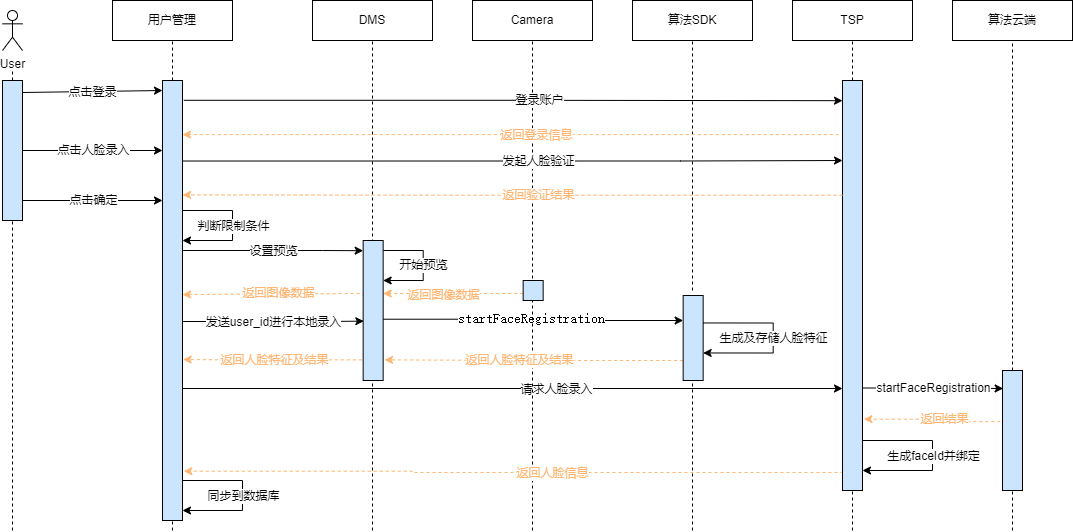
This is x9hp/人脸录入时序图.png from notigit/Image, a draw.io export, as it was before one commit. Source tidied: cells renumbered, new cells last; positions are measured from the earlier drawing's top-left corner, leaving out a move shared by most shapes.
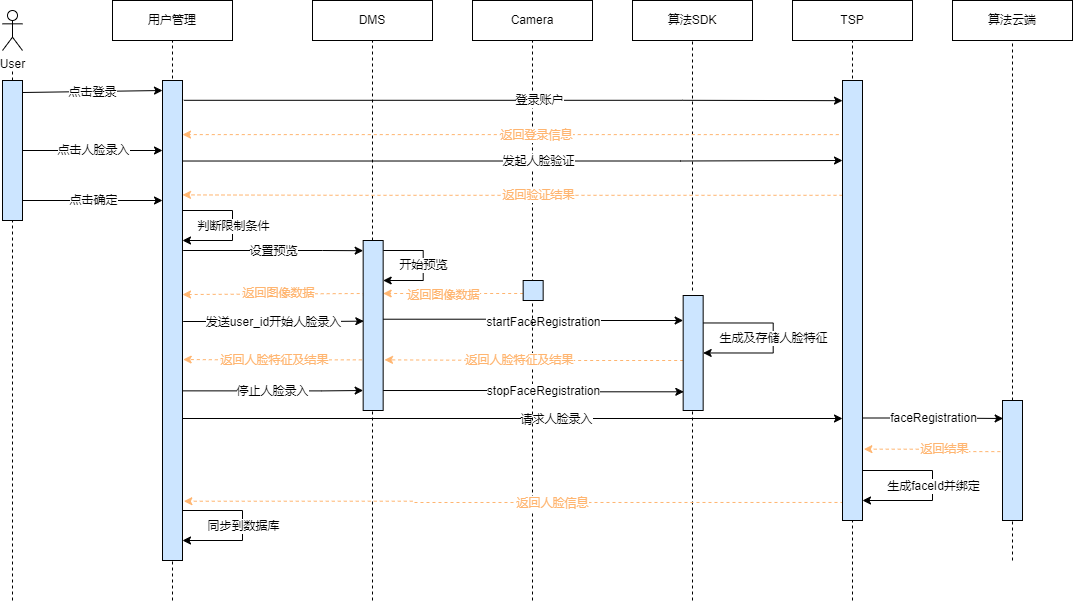
The same file after the commit.

Commit message:
更新人脸录入时序图.png

Diff of the diagram source:
```diff
@@ -19,7 +19,7 @@
     </mxCell>
     <mxCell id="6" style="endArrow=none;dashed=1;html=1;rounded=0;startArrow=none;entryX=0.5;entryY=1;entryDx=0;entryDy=0;" parent="1" edge="1" target="2">
       <mxGeometry relative="1" as="geometry">
-        <mxPoint x="170" y="530" as="sourcePoint" />
+        <mxPoint x="170" y="600" as="sourcePoint" />
       </mxGeometry>
     </mxCell>
     <mxCell id="7" style="edgeStyle=orthogonalEdgeStyle;rounded=0;orthogonalLoop=1;jettySize=auto;html=1;entryX=0.033;entryY=0.629;entryDx=0;entryDy=0;entryPerimeter=0;fontColor=#FFB570;strokeColor=#000000;" parent="1" edge="1">
@@ -32,14 +32,15 @@
         </Array>
       </mxGeometry>
     </mxCell>
-    <mxCell id="8" value="发送user_id进行本地录入" style="edgeLabel;html=1;align=center;verticalAlign=middle;fontColor=#000000;" parent="7" vertex="1">
+    <mxCell id="8" value="发送user_id开始人脸录入" style="edgeLabel;html=1;align=center;verticalAlign=middle;fontColor=#000000;" parent="7" vertex="1">
       <mxGeometry x="-0.09" relative="1" as="geometry">
         <mxPoint x="8" as="offset" />
       </mxGeometry>
     </mxCell>
-    <mxCell id="9" style="edgeStyle=orthogonalEdgeStyle;rounded=0;jettySize=auto;html=1;fontColor=#000000;strokeColor=#000000;exitX=1;exitY=0.7;exitDx=0;exitDy=0;exitPerimeter=0;" parent="1" edge="1" source="59">
+    <mxCell id="9" style="edgeStyle=orthogonalEdgeStyle;rounded=0;orthogonalLoop=1;jettySize=auto;html=1;fontColor=#000000;strokeColor=#000000;exitX=1;exitY=0.7;exitDx=0;exitDy=0;exitPerimeter=0;" parent="1" edge="1">
       <mxGeometry relative="1" as="geometry">
-        <mxPoint x="840" y="388" as="targetPoint" />
+        <mxPoint x="180" y="418" as="sourcePoint" />
+        <mxPoint x="840" y="418" as="targetPoint" />
       </mxGeometry>
     </mxCell>
     <mxCell id="10" value="请求人脸录入" style="edgeLabel;html=1;align=center;verticalAlign=middle;fontColor=#000000;" parent="9" vertex="1">
@@ -49,13 +50,15 @@
     </mxCell>
     <mxCell id="11" style="endArrow=none;dashed=1;html=1;rounded=0;startArrow=none;entryX=0.5;entryY=1;entryDx=0;entryDy=0;" parent="1" edge="1" target="3">
       <mxGeometry relative="1" as="geometry">
-        <mxPoint x="850" y="530" as="sourcePoint" />
+        <mxPoint x="850" y="600" as="sourcePoint" />
       </mxGeometry>
     </mxCell>
-    <mxCell id="12" style="edgeStyle=orthogonalEdgeStyle;rounded=0;jettySize=auto;html=1;entryX=0.033;entryY=0.15;entryDx=0;entryDy=0;fontColor=#000000;strokeColor=#000000;entryPerimeter=0;exitX=1;exitY=0.75;exitDx=0;exitDy=0;" parent="1" edge="1" source="45" target="36">
-      <mxGeometry relative="1" as="geometry" />
+    <mxCell id="12" style="edgeStyle=orthogonalEdgeStyle;rounded=0;jettySize=auto;html=1;entryX=0.033;entryY=0.15;entryDx=0;entryDy=0;fontColor=#000000;strokeColor=#000000;entryPerimeter=0;exitX=1;exitY=0.75;exitDx=0;exitDy=0;" parent="1" edge="1" target="36">
+      <mxGeometry relative="1" as="geometry">
+        <mxPoint x="860" y="417.5" as="sourcePoint" />
+      </mxGeometry>
     </mxCell>
-    <mxCell id="13" value="startFaceRegistration" style="edgeLabel;html=1;align=center;verticalAlign=middle;fontColor=#000000;" parent="12" vertex="1">
+    <mxCell id="13" value="faceRegistration" style="edgeLabel;html=1;align=center;verticalAlign=middle;fontColor=#000000;" parent="12" vertex="1">
       <mxGeometry x="-0.29" y="3" relative="1" as="geometry">
         <mxPoint x="20" y="3" as="offset" />
       </mxGeometry>
@@ -65,7 +68,7 @@
     </mxCell>
     <mxCell id="15" style="endArrow=none;dashed=1;html=1;rounded=0;startArrow=none;entryX=0.5;entryY=1;entryDx=0;entryDy=0;" parent="1" edge="1" target="14">
       <mxGeometry relative="1" as="geometry">
-        <mxPoint x="370" y="530" as="sourcePoint" />
+        <mxPoint x="370" y="600" as="sourcePoint" />
       </mxGeometry>
     </mxCell>
     <mxCell id="16" style="edgeStyle=orthogonalEdgeStyle;rounded=0;orthogonalLoop=1;jettySize=auto;html=1;exitX=0.01;exitY=0.408;exitDx=0;exitDy=0;dashed=1;fontColor=#FFB570;strokeColor=#FFB570;exitPerimeter=0;entryX=0.967;entryY=0.441;entryDx=0;entryDy=0;entryPerimeter=0;" parent="1" edge="1">
@@ -92,17 +95,20 @@
         </Array>
       </mxGeometry>
     </mxCell>
-    <mxCell id="19" value="&lt;pre style=&quot;font-size: 10.5pt&quot;&gt;&lt;font style=&quot;background-color: rgb(255 , 255 , 255)&quot;&gt;startFaceRegistration&lt;/font&gt;&lt;/pre&gt;" style="edgeLabel;html=1;align=center;verticalAlign=middle;fontColor=#000000;" parent="18" vertex="1">
+    <mxCell id="19" value="&lt;pre style=&quot;font-size: 10.5pt&quot;&gt;&lt;br&gt;&lt;/pre&gt;" style="edgeLabel;html=1;align=center;verticalAlign=middle;fontColor=#000000;" parent="18" vertex="1">
       <mxGeometry x="-0.14" y="1" relative="1" as="geometry">
         <mxPoint x="19" as="offset" />
       </mxGeometry>
     </mxCell>
+    <mxCell id="75" value="startFaceRegistration" style="edgeLabel;html=1;align=center;verticalAlign=middle;fontColor=#000000;" parent="18" vertex="1">
+      <mxGeometry x="0.07" y="-1" relative="1" as="geometry" />
+    </mxCell>
     <mxCell id="20" value="Camera" style="rounded=0;whiteSpace=wrap;html=1;" parent="1" vertex="1">
       <mxGeometry x="470" width="120" height="40" as="geometry" />
     </mxCell>
     <mxCell id="21" style="endArrow=none;dashed=1;html=1;rounded=0;startArrow=none;entryX=0.5;entryY=1;entryDx=0;entryDy=0;" parent="1" edge="1" target="20">
       <mxGeometry relative="1" as="geometry">
-        <mxPoint x="530" y="530" as="sourcePoint" />
+        <mxPoint x="530" y="600" as="sourcePoint" />
       </mxGeometry>
     </mxCell>
     <mxCell id="22" style="edgeStyle=orthogonalEdgeStyle;rounded=0;orthogonalLoop=1;jettySize=auto;html=1;dashed=1;strokeColor=#FFB570;" parent="1" edge="1">
@@ -165,8 +171,8 @@
     </mxCell>
     <mxCell id="33" style="endArrow=none;dashed=1;html=1;rounded=0;startArrow=none;entryX=0.5;entryY=1;entryDx=0;entryDy=0;" parent="1" edge="1">
       <mxGeometry relative="1" as="geometry">
-        <mxPoint x="690" y="530" as="sourcePoint" />
-        <mxPoint x="690" y="370" as="targetPoint" />
+        <mxPoint x="690" y="600" as="sourcePoint" />
+        <mxPoint x="690" y="400" as="targetPoint" />
       </mxGeometry>
     </mxCell>
     <mxCell id="34" style="edgeStyle=orthogonalEdgeStyle;rounded=0;orthogonalLoop=1;jettySize=auto;html=1;exitX=-0.067;exitY=0.871;exitDx=0;exitDy=0;fontColor=#000000;strokeColor=#FFB570;dashed=1;exitPerimeter=0;" parent="1" edge="1">
@@ -185,26 +191,30 @@
       </mxGeometry>
     </mxCell>
     <mxCell id="36" style="rounded=0;whiteSpace=wrap;html=1;fillColor=#CCE5FF;" parent="1" vertex="1">
-      <mxGeometry x="1000" y="370" width="20" height="120" as="geometry" />
+      <mxGeometry x="1000" y="400" width="20" height="120" as="geometry" />
     </mxCell>
     <mxCell id="37" style="endArrow=none;dashed=1;html=1;rounded=0;startArrow=none;entryX=0.5;entryY=1;entryDx=0;entryDy=0;" parent="1" edge="1" target="36">
       <mxGeometry relative="1" as="geometry">
-        <mxPoint x="1010" y="530" as="sourcePoint" />
+        <mxPoint x="1010" y="560" as="sourcePoint" />
       </mxGeometry>
     </mxCell>
-    <mxCell id="38" style="edgeStyle=orthogonalEdgeStyle;rounded=0;jettySize=auto;html=1;exitX=-0.108;exitY=0.426;exitDx=0;exitDy=0;fontColor=#000000;strokeColor=#FFB570;dashed=1;exitPerimeter=0;entryX=1.069;entryY=0.826;entryDx=0;entryDy=0;entryPerimeter=0;" parent="1" edge="1" source="36" target="45">
-      <mxGeometry relative="1" as="geometry" />
+    <mxCell id="38" style="edgeStyle=orthogonalEdgeStyle;rounded=0;jettySize=auto;html=1;exitX=-0.108;exitY=0.426;exitDx=0;exitDy=0;fontColor=#000000;strokeColor=#FFB570;dashed=1;exitPerimeter=0;entryX=1.069;entryY=0.826;entryDx=0;entryDy=0;entryPerimeter=0;" parent="1" edge="1" source="36">
+      <mxGeometry relative="1" as="geometry">
+        <mxPoint x="861.4" y="448.7" as="targetPoint" />
+      </mxGeometry>
     </mxCell>
     <mxCell id="39" value="返回结果" style="edgeLabel;html=1;align=center;verticalAlign=middle;fontColor=#FFB570;" parent="38" vertex="1">
       <mxGeometry x="0.1" relative="1" as="geometry">
         <mxPoint x="17" as="offset" />
       </mxGeometry>
     </mxCell>
-    <mxCell id="40" style="edgeStyle=orthogonalEdgeStyle;rounded=0;jettySize=auto;html=1;fontSize=11;dashed=1;fillColor=#FFF2CC;strokeColor=#FFB570;entryX=1.067;entryY=0.888;entryDx=0;entryDy=0;exitX=0.049;exitY=0.956;exitDx=0;exitDy=0;exitPerimeter=0;entryPerimeter=0;" parent="1" edge="1" source="45" target="59">
+    <mxCell id="40" style="edgeStyle=orthogonalEdgeStyle;rounded=0;orthogonalLoop=1;jettySize=auto;html=1;fontSize=11;dashed=1;fillColor=#FFF2CC;strokeColor=#FFB570;entryX=1.067;entryY=0.888;entryDx=0;entryDy=0;exitX=0.049;exitY=0.956;exitDx=0;exitDy=0;exitPerimeter=0;entryPerimeter=0;" parent="1" edge="1">
       <mxGeometry relative="1" as="geometry">
+        <mxPoint x="841" y="502" as="sourcePoint" />
+        <mxPoint x="181.3" y="500.7" as="targetPoint" />
         <Array as="points">
-          <mxPoint x="410" y="472" />
-          <mxPoint x="410" y="471" />
+          <mxPoint x="410" y="502" />
+          <mxPoint x="410" y="501" />
         </Array>
       </mxGeometry>
     </mxCell>
@@ -230,15 +240,14 @@
     </mxCell>
     <mxCell id="44" style="endArrow=none;dashed=1;html=1;rounded=0;" parent="1" edge="1">
       <mxGeometry relative="1" as="geometry">
-        <mxPoint x="10" y="530" as="sourcePoint" />
+        <mxPoint x="10" y="600" as="sourcePoint" />
         <mxPoint x="10" y="120" as="targetPoint" />
       </mxGeometry>
     </mxCell>
-    <mxCell id="45" style="rounded=0;whiteSpace=wrap;html=1;fillColor=#CCE5FF;" parent="1" vertex="1">
-      <mxGeometry x="840" y="80" width="20" height="410" as="geometry" />
-    </mxCell>
-    <mxCell id="46" style="edgeStyle=orthogonalEdgeStyle;rounded=0;jettySize=auto;html=1;exitX=-0.186;exitY=0.132;exitDx=0;exitDy=0;fontColor=#000000;strokeColor=#FFB570;dashed=1;exitPerimeter=0;" parent="1" edge="1" source="45" target="59">
+    <mxCell id="46" style="edgeStyle=orthogonalEdgeStyle;rounded=0;orthogonalLoop=1;jettySize=auto;html=1;exitX=-0.186;exitY=0.132;exitDx=0;exitDy=0;fontColor=#000000;strokeColor=#FFB570;dashed=1;exitPerimeter=0;" parent="1" edge="1">
       <mxGeometry relative="1" as="geometry">
+        <mxPoint x="836.3" y="134.1" as="sourcePoint" />
+        <mxPoint x="180" y="134.1" as="targetPoint" />
         <Array as="points">
           <mxPoint x="470" y="135" />
           <mxPoint x="470" y="135" />
@@ -250,8 +259,9 @@
         <mxPoint x="57" as="offset" />
       </mxGeometry>
     </mxCell>
-    <mxCell id="48" style="edgeStyle=orthogonalEdgeStyle;rounded=0;jettySize=auto;html=1;fontColor=#FFB570;strokeColor=#000000;exitX=0.967;exitY=0.183;exitDx=0;exitDy=0;exitPerimeter=0;" parent="1" edge="1" source="59">
+    <mxCell id="48" style="edgeStyle=orthogonalEdgeStyle;rounded=0;orthogonalLoop=1;jettySize=auto;html=1;fontColor=#FFB570;strokeColor=#000000;exitX=0.967;exitY=0.183;exitDx=0;exitDy=0;exitPerimeter=0;" parent="1" edge="1">
       <mxGeometry relative="1" as="geometry">
+        <mxPoint x="179.3" y="160.5" as="sourcePoint" />
         <mxPoint x="840" y="160" as="targetPoint" />
         <Array as="points">
           <mxPoint x="678" y="161" />
@@ -263,17 +273,29 @@
         <mxPoint x="56" as="offset" />
       </mxGeometry>
     </mxCell>
-    <mxCell id="50" style="edgeStyle=orthogonalEdgeStyle;rounded=0;jettySize=auto;html=1;exitX=0;exitY=0.28;exitDx=0;exitDy=0;fontColor=#000000;strokeColor=#FFB570;dashed=1;entryX=1;entryY=0.26;entryDx=0;entryDy=0;entryPerimeter=0;exitPerimeter=0;" parent="1" edge="1" source="45" target="59">
-      <mxGeometry relative="1" as="geometry" />
+    <mxCell id="50" style="edgeStyle=orthogonalEdgeStyle;rounded=0;orthogonalLoop=1;jettySize=auto;html=1;exitX=0;exitY=0.28;exitDx=0;exitDy=0;fontColor=#000000;strokeColor=#FFB570;dashed=1;entryX=1;entryY=0.26;entryDx=0;entryDy=0;entryPerimeter=0;exitPerimeter=0;" parent="1" edge="1">
+      <mxGeometry relative="1" as="geometry">
+        <mxPoint x="840" y="194.8" as="sourcePoint" />
+        <mxPoint x="180" y="194.4" as="targetPoint" />
+        <Array as="points">
+          <mxPoint x="350" y="194" />
+          <mxPoint x="350" y="194" />
+        </Array>
+      </mxGeometry>
     </mxCell>
     <mxCell id="51" value="返回验证结果" style="edgeLabel;html=1;align=center;verticalAlign=middle;fontColor=#FFB570;" parent="50" vertex="1">
       <mxGeometry x="0.1" relative="1" as="geometry">
         <mxPoint x="57" as="offset" />
       </mxGeometry>
     </mxCell>
-    <mxCell id="52" style="edgeStyle=orthogonalEdgeStyle;rounded=0;jettySize=auto;html=1;fontColor=#FFB570;strokeColor=#000000;entryX=-0.147;entryY=0.197;entryDx=0;entryDy=0;entryPerimeter=0;exitX=1.067;exitY=0.045;exitDx=0;exitDy=0;exitPerimeter=0;" parent="1" edge="1" source="59">
+    <mxCell id="52" style="edgeStyle=orthogonalEdgeStyle;rounded=0;orthogonalLoop=1;jettySize=auto;html=1;fontColor=#FFB570;strokeColor=#000000;entryX=-0.147;entryY=0.197;entryDx=0;entryDy=0;entryPerimeter=0;exitX=1.067;exitY=0.045;exitDx=0;exitDy=0;exitPerimeter=0;" parent="1" edge="1">
       <mxGeometry relative="1" as="geometry">
+        <mxPoint x="181.3" y="99.8" as="sourcePoint" />
         <mxPoint x="840" y="100.2" as="targetPoint" />
+        <Array as="points">
+          <mxPoint x="680" y="100" />
+          <mxPoint x="680" y="100" />
+        </Array>
       </mxGeometry>
     </mxCell>
     <mxCell id="53" value="登录账户" style="edgeLabel;html=1;align=center;verticalAlign=middle;fontColor=#000000;" parent="52" vertex="1">
@@ -281,9 +303,6 @@
         <mxPoint x="56" as="offset" />
       </mxGeometry>
     </mxCell>
-    <mxCell id="54" style="rounded=0;whiteSpace=wrap;html=1;fillColor=#CCE5FF;" parent="1" vertex="1">
-      <mxGeometry x="680.7" y="295" width="20" height="85" as="geometry" />
-    </mxCell>
     <mxCell id="55" style="endArrow=classic;html=1;rounded=0;fontSize=11;edgeStyle=orthogonalEdgeStyle;" parent="1" edge="1">
       <mxGeometry relative="1" as="geometry">
         <mxPoint x="700.7" y="322.5" as="sourcePoint" />
@@ -299,27 +318,24 @@
     </mxCell>
     <mxCell id="57" style="endArrow=classic;html=1;rounded=0;fontSize=11;edgeStyle=orthogonalEdgeStyle;" parent="1" edge="1">
       <mxGeometry relative="1" as="geometry">
-        <mxPoint x="860" y="440" as="sourcePoint" />
-        <mxPoint x="860" y="470" as="targetPoint" />
+        <mxPoint x="860" y="470" as="sourcePoint" />
+        <mxPoint x="860" y="500" as="targetPoint" />
         <Array as="points">
-          <mxPoint x="930" y="440.5" />
           <mxPoint x="930" y="470.5" />
+          <mxPoint x="930" y="500.5" />
         </Array>
       </mxGeometry>
     </mxCell>
     <mxCell id="58" value="生成faceId并绑定" style="edgeLabel;html=1;align=center;verticalAlign=middle;fontSize=11;fillColor=#CCE5FF;" parent="57" vertex="1">
       <mxGeometry relative="1" as="geometry" />
     </mxCell>
-    <mxCell id="59" style="rounded=0;whiteSpace=wrap;html=1;fillColor=#CCE5FF;" parent="1" vertex="1">
-      <mxGeometry x="160" y="80" width="20" height="440" as="geometry" />
-    </mxCell>
     <mxCell id="60" style="endArrow=classic;html=1;rounded=0;fontSize=11;edgeStyle=orthogonalEdgeStyle;" parent="1" edge="1">
       <mxGeometry relative="1" as="geometry">
-        <mxPoint x="180" y="480" as="sourcePoint" />
-        <mxPoint x="180" y="510" as="targetPoint" />
+        <mxPoint x="180" y="510" as="sourcePoint" />
+        <mxPoint x="180" y="540" as="targetPoint" />
         <Array as="points">
-          <mxPoint x="240" y="480" />
           <mxPoint x="240" y="510" />
+          <mxPoint x="240" y="540" />
         </Array>
       </mxGeometry>
     </mxCell>
@@ -390,8 +406,46 @@
     <mxCell id="73" value="判断限制条件" style="edgeLabel;html=1;align=center;verticalAlign=middle;fontSize=11;fillColor=#CCE5FF;" parent="72" vertex="1">
       <mxGeometry relative="1" as="geometry" />
     </mxCell>
-    <mxCell id="74" style="rounded=0;whiteSpace=wrap;html=1;fillColor=#CCE5FF;" parent="1" vertex="1">
-      <mxGeometry x="360.7" y="240" width="20" height="140" as="geometry" />
-    </mxCell>
+    <mxCell id="76" style="rounded=0;whiteSpace=wrap;html=1;fillColor=#CCE5FF;" parent="1" vertex="1">
+      <mxGeometry x="360.7" y="240" width="20" height="170" as="geometry" />
+    </mxCell>
+    <mxCell id="77" style="rounded=0;whiteSpace=wrap;html=1;fillColor=#CCE5FF;" parent="1" vertex="1">
+      <mxGeometry x="680.7" y="295" width="20" height="115" as="geometry" />
+    </mxCell>
+    <mxCell id="78" style="edgeStyle=orthogonalEdgeStyle;rounded=0;orthogonalLoop=1;jettySize=auto;html=1;entryX=0.033;entryY=0.629;entryDx=0;entryDy=0;entryPerimeter=0;fontColor=#FFB570;strokeColor=#000000;" parent="1" edge="1">
+      <mxGeometry relative="1" as="geometry">
+        <mxPoint x="180" y="390.4" as="sourcePoint" />
+        <mxPoint x="360.7" y="390" as="targetPoint" />
+        <Array as="points">
+          <mxPoint x="319.3" y="390.4" />
+          <mxPoint x="319.3" y="390.4" />
+        </Array>
+      </mxGeometry>
+    </mxCell>
+    <mxCell id="79" value="停止人脸录入" style="edgeLabel;html=1;align=center;verticalAlign=middle;fontColor=#000000;" parent="78" vertex="1">
+      <mxGeometry x="-0.09" relative="1" as="geometry">
+        <mxPoint x="8" as="offset" />
+      </mxGeometry>
+    </mxCell>
+    <mxCell id="80" style="edgeStyle=orthogonalEdgeStyle;rounded=0;orthogonalLoop=1;jettySize=auto;html=1;exitX=0.967;exitY=0.617;exitDx=0;exitDy=0;fontColor=#FFB570;strokeColor=#000000;entryX=0;entryY=0.25;entryDx=0;entryDy=0;exitPerimeter=0;" parent="1" edge="1">
+      <mxGeometry relative="1" as="geometry">
+        <mxPoint x="380.7" y="390" as="sourcePoint" />
+        <mxPoint x="681.3" y="391.3" as="targetPoint" />
+        <Array as="points">
+          <mxPoint x="531" y="391" />
+        </Array>
+      </mxGeometry>
+    </mxCell>
+    <mxCell id="81" value="stopFaceRegistration" style="edgeLabel;html=1;align=center;verticalAlign=middle;fontColor=#000000;" parent="80" vertex="1">
+      <mxGeometry x="0.09" y="-3" relative="1" as="geometry">
+        <mxPoint x="-3" y="-4" as="offset" />
+      </mxGeometry>
+    </mxCell>
+    <mxCell id="82" style="rounded=0;whiteSpace=wrap;html=1;fillColor=#CCE5FF;" parent="1" vertex="1">
+      <mxGeometry x="160" y="80" width="20" height="480" as="geometry" />
+    </mxCell>
+    <mxCell id="83" style="rounded=0;whiteSpace=wrap;html=1;fillColor=#CCE5FF;" parent="1" vertex="1">
+      <mxGeometry x="840" y="80" width="20" height="440" as="geometry" />
+    </mxCell>
   </root>
 </mxGraphModel>
```
